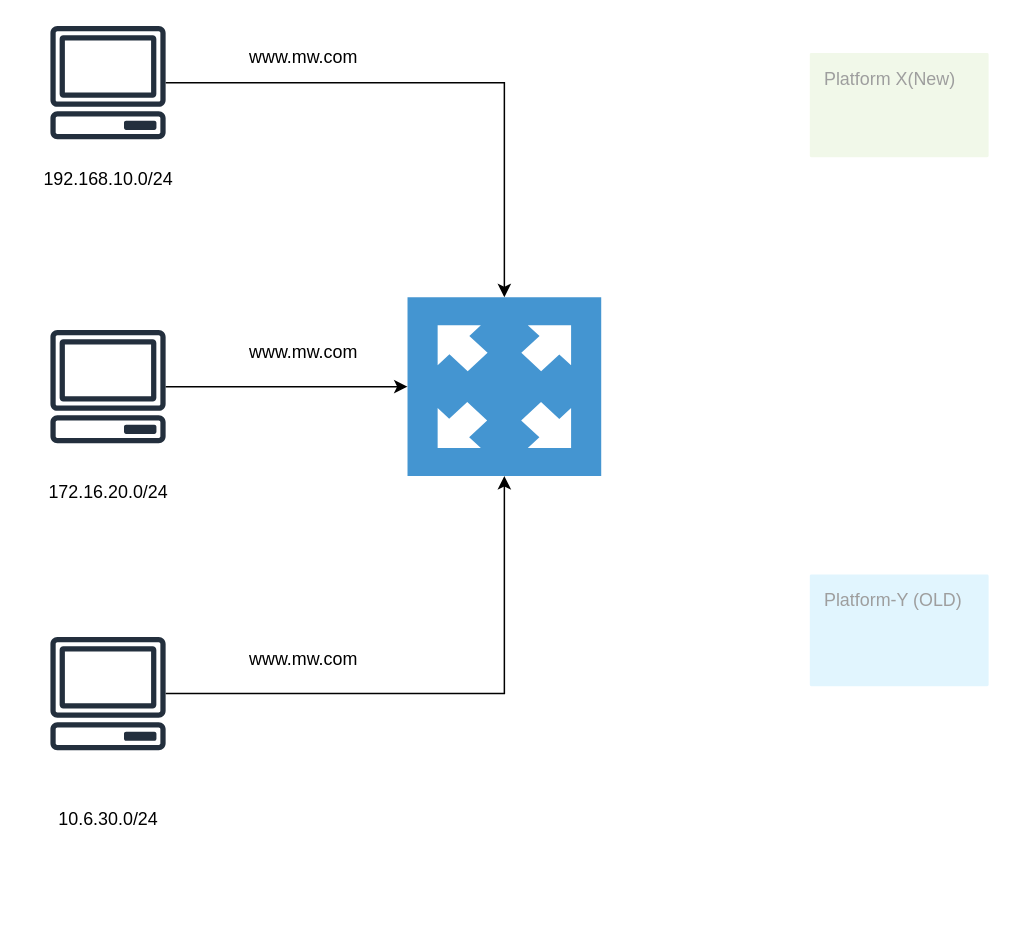
Earlier version of the draw.io diagram proxy Diagram.drawio (nofal82/cocorico). Source tidied: cells renumbered, new cells numbered last; positions are measured from the earlier drawing's top-left corner, leaving out a move shared by most shapes. Both pictures are drawn from the tidied source at 149%, with x=0, y=0 at pixel (25, 25).
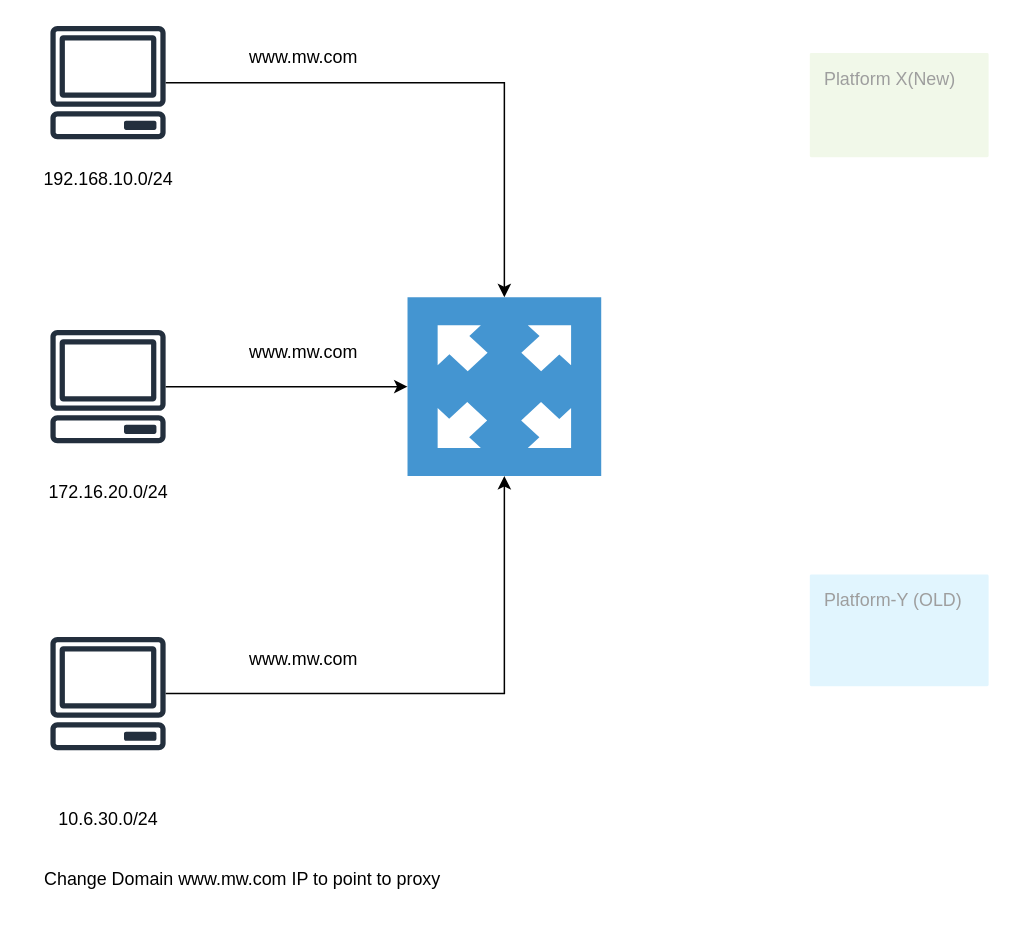
Above is the later version.

The edit, as a diff of the source:
```diff
@@
 <mxGraphModel>
   <root>
     <mxCell id="0" />
     <mxCell id="1" parent="0" />
     <mxCell id="2" style="shadow=0;dashed=0;html=1;strokeColor=none;fillColor=#4495D1;labelPosition=center;verticalLabelPosition=bottom;verticalAlign=top;align=center;outlineConnect=0;shape=mxgraph.veeam.2d.proxy_appliance;" parent="1" vertex="1">
       <mxGeometry x="256" y="182" width="130" height="120" as="geometry" />
     </mxCell>
     <mxCell id="3" value="Platform X(New)" style="sketch=0;rounded=1;absoluteArcSize=1;arcSize=2;html=1;strokeColor=none;gradientColor=none;shadow=0;dashed=0;fontSize=12;fontColor=#9E9E9E;align=left;verticalAlign=top;spacing=10;spacingTop=-4;whiteSpace=wrap;fillColor=#F1F8E9;" parent="1" vertex="1">
       <mxGeometry x="526" y="18" width="120" height="70" as="geometry" />
     </mxCell>
     <mxCell id="4" value="Platform-Y (OLD)" style="sketch=0;rounded=1;absoluteArcSize=1;arcSize=2;html=1;strokeColor=none;gradientColor=none;shadow=0;dashed=0;fontSize=12;fontColor=#9E9E9E;align=left;verticalAlign=top;spacing=10;spacingTop=-4;whiteSpace=wrap;fillColor=#E1F5FE;" parent="1" vertex="1">
       <mxGeometry x="526" y="368" width="120" height="75" as="geometry" />
     </mxCell>
     <mxCell id="5" style="edgeStyle=orthogonalEdgeStyle;rounded=0;jettySize=auto;html=1;" parent="1" edge="1" source="6" target="2">
       <mxGeometry relative="1" as="geometry" />
     </mxCell>
     <mxCell id="6" style="sketch=0;outlineConnect=0;fontColor=#232F3E;gradientColor=none;fillColor=#232F3D;strokeColor=none;dashed=0;verticalLabelPosition=bottom;verticalAlign=top;align=center;html=1;fontSize=12;fontStyle=0;shape=mxgraph.aws4.client;" parent="1" vertex="1">
       <mxGeometry x="16" width="78" height="76" as="geometry" />
     </mxCell>
     <mxCell id="7" style="edgeStyle=orthogonalEdgeStyle;rounded=0;jettySize=auto;html=1;" parent="1" edge="1" source="8" target="2">
       <mxGeometry relative="1" as="geometry" />
     </mxCell>
     <mxCell id="8" style="sketch=0;outlineConnect=0;fontColor=#232F3E;gradientColor=none;fillColor=#232F3D;strokeColor=none;dashed=0;verticalLabelPosition=bottom;verticalAlign=top;align=center;html=1;fontSize=12;fontStyle=0;shape=mxgraph.aws4.client;" parent="1" vertex="1">
       <mxGeometry x="16" y="204" width="78" height="76" as="geometry" />
     </mxCell>
     <mxCell id="9" style="edgeStyle=orthogonalEdgeStyle;rounded=0;jettySize=auto;html=1;" parent="1" edge="1" source="10" target="2">
       <mxGeometry relative="1" as="geometry" />
     </mxCell>
     <mxCell id="10" style="sketch=0;outlineConnect=0;fontColor=#232F3E;gradientColor=none;fillColor=#232F3D;strokeColor=none;dashed=0;verticalLabelPosition=bottom;verticalAlign=top;align=center;html=1;fontSize=12;fontStyle=0;shape=mxgraph.aws4.client;" parent="1" vertex="1">
       <mxGeometry x="16" y="410" width="78" height="76" as="geometry" />
     </mxCell>
     <mxCell id="11" value="192.168.10.0/24" style="text;html=1;align=center;verticalAlign=middle;strokeColor=none;fillColor=none;" parent="1" vertex="1">
       <mxGeometry y="88" width="110" height="30" as="geometry" />
     </mxCell>
     <mxCell id="12" value="172.16.20.0/24" style="text;html=1;align=center;verticalAlign=middle;strokeColor=none;fillColor=none;" parent="1" vertex="1">
       <mxGeometry x="5" y="298" width="100" height="30" as="geometry" />
     </mxCell>
     <mxCell id="13" value="10.6.30.0/24" style="text;html=1;align=center;verticalAlign=middle;strokeColor=none;fillColor=none;" parent="1" vertex="1">
       <mxGeometry x="10" y="518" width="90" height="30" as="geometry" />
     </mxCell>
     <mxCell id="14" value="www.mw.com" style="text;html=1;align=center;verticalAlign=middle;strokeColor=none;fillColor=none;" parent="1" vertex="1">
       <mxGeometry x="136" y="6" width="100" height="30" as="geometry" />
     </mxCell>
     <mxCell id="15" value="www.mw.com" style="text;html=1;align=center;verticalAlign=middle;strokeColor=none;fillColor=none;" parent="1" vertex="1">
       <mxGeometry x="136" y="204" width="100" height="30" as="geometry" />
     </mxCell>
     <mxCell id="16" value="www.mw.com" style="text;html=1;align=center;verticalAlign=middle;strokeColor=none;fillColor=none;" parent="1" vertex="1">
       <mxGeometry x="136" y="410" width="100" height="30" as="geometry" />
     </mxCell>
+    <mxCell id="17" value="Change Domain www.mw.com IP to point to proxy" style="text;html=1;align=center;verticalAlign=middle;strokeColor=none;fillColor=none;" parent="1" vertex="1">
+      <mxGeometry y="558" width="290" height="30" as="geometry" />
+    </mxCell>
   </root>
 </mxGraphModel>
```
